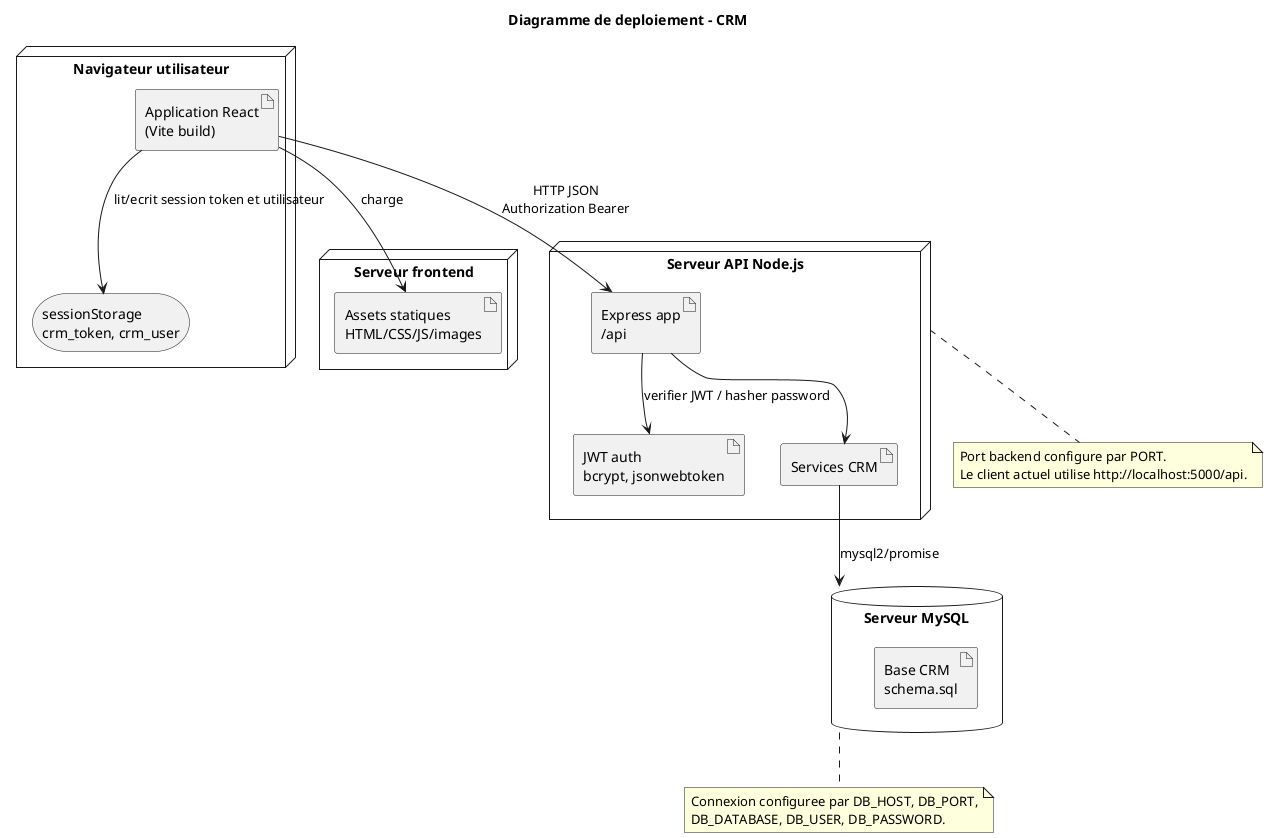
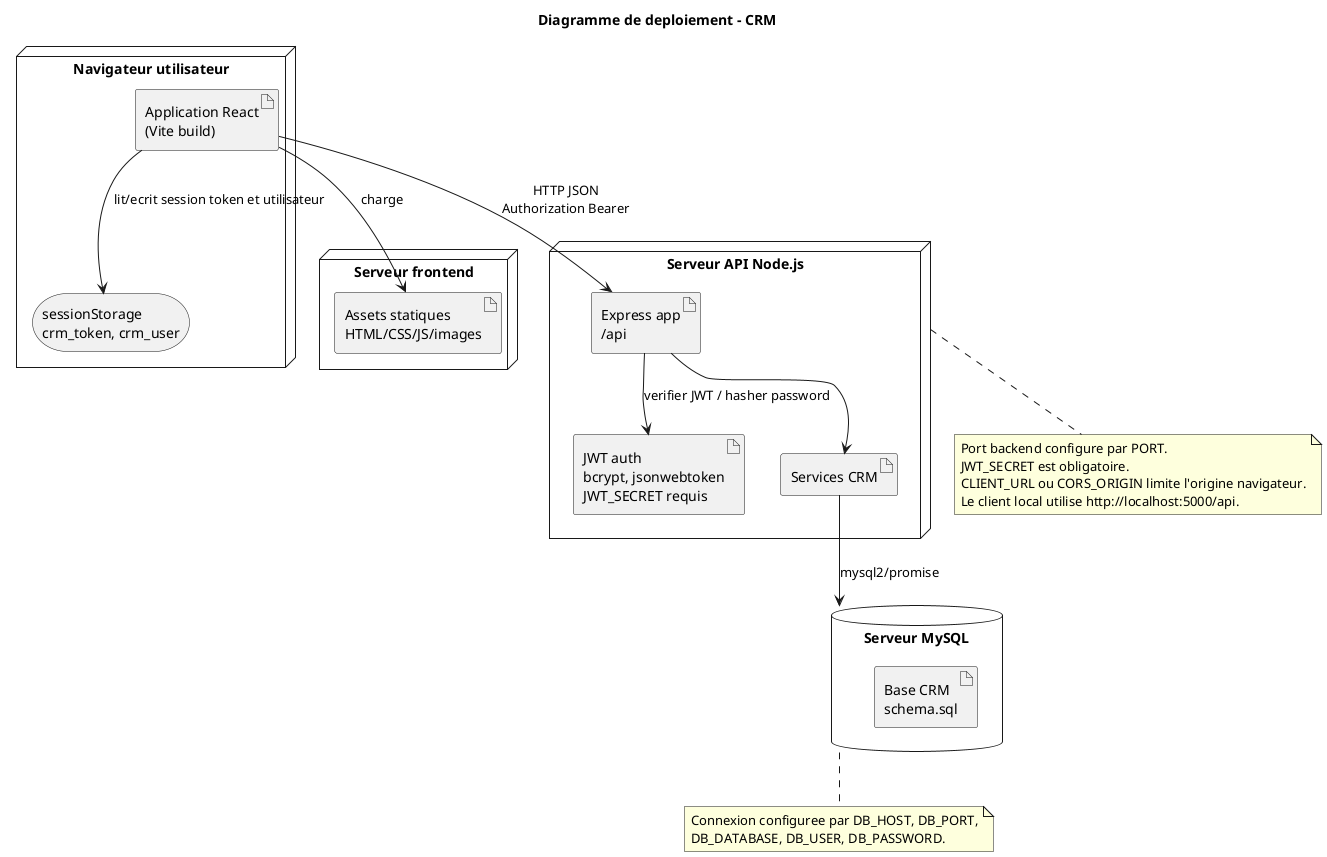
@startuml
title Diagramme de deploiement - CRM

node "Navigateur utilisateur" as Browser {
  artifact "Application React\n(Vite build)" as ReactApp
  storage "sessionStorage\ncrm_token, crm_user" as LocalStorage
}

node "Serveur frontend" as FrontendServer {
  artifact "Assets statiques\nHTML/CSS/JS/images" as StaticAssets
}

node "Serveur API Node.js" as ApiServer {
  artifact "Express app\n/api" as ExpressApp
-   artifact "JWT auth\nbcrypt, jsonwebtoken" as JwtAuth
+   artifact "JWT auth\nbcrypt, jsonwebtoken\nJWT_SECRET requis" as JwtAuth
  artifact "Services CRM" as Services
}

database "Serveur MySQL" as MySQL {
  artifact "Base CRM\nschema.sql" as Schema
}

ReactApp --> StaticAssets : charge
ReactApp --> LocalStorage : lit/ecrit session token et utilisateur
ReactApp --> ExpressApp : HTTP JSON\nAuthorization Bearer
ExpressApp --> JwtAuth : verifier JWT / hasher password
ExpressApp --> Services
Services --> MySQL : mysql2/promise

note bottom of ApiServer
Port backend configure par PORT.
- Le client actuel utilise http://localhost:5000/api.
+ JWT_SECRET est obligatoire.
+ CLIENT_URL ou CORS_ORIGIN limite l'origine navigateur.
+ Le client local utilise http://localhost:5000/api.
end note

note bottom of MySQL
Connexion configuree par DB_HOST, DB_PORT,
DB_DATABASE, DB_USER, DB_PASSWORD.
end note
@enduml
